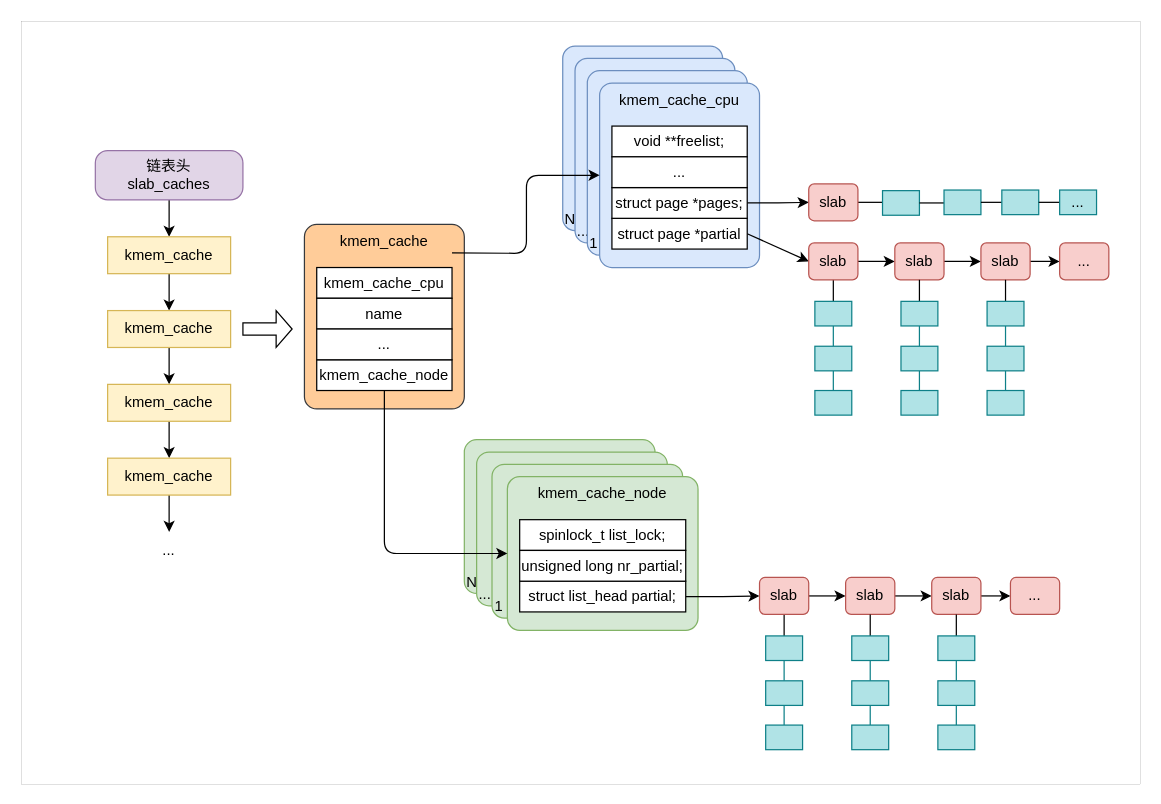
Earlier version of the draw.io diagram Linux_memory_manage.drawio (Aspiresky/draw.io). Source tidied: cells renumbered, new cells numbered last; positions are measured from the earlier drawing's top-left corner, leaving out a move shared by most shapes. Both pictures are drawn from the tidied source at 123%, with x=0, y=0 at pixel (21, 21).
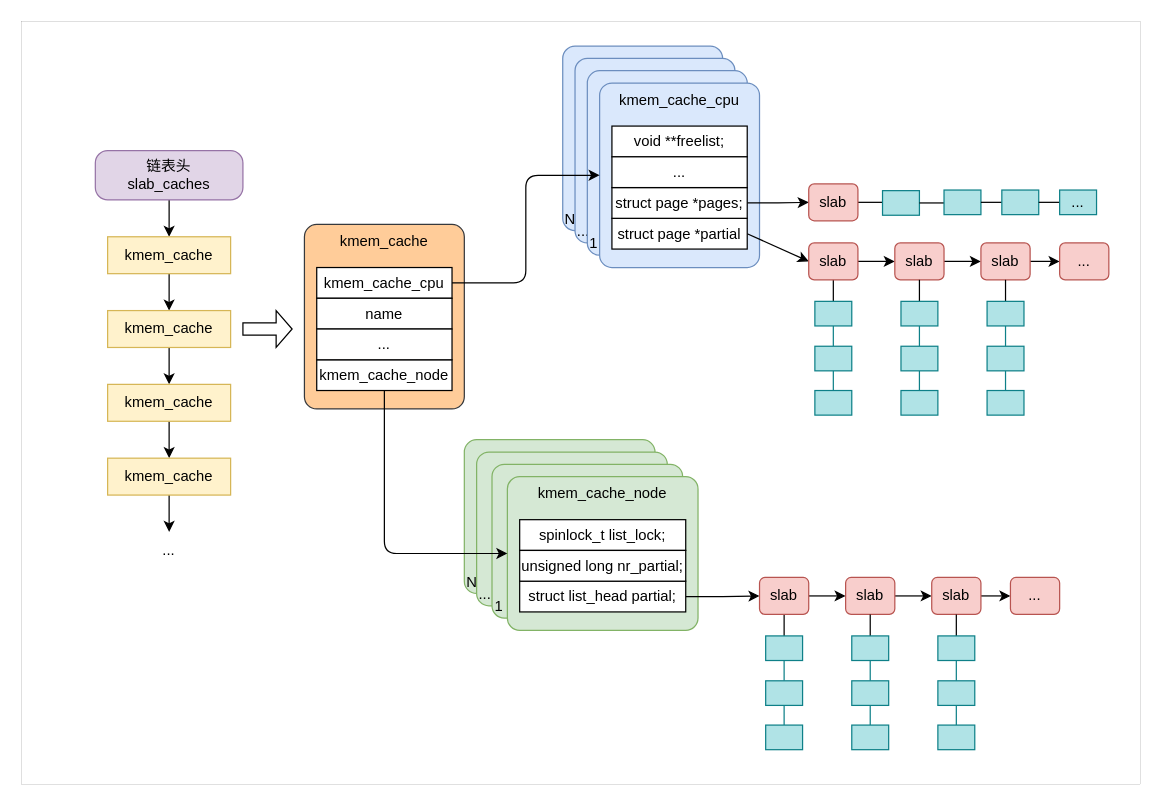
The same page after the edit.

The change refers to these unchanged cells:
```xml
<mxCell id="16" value="kmem_cache_cpu" style="rounded=0;whiteSpace=wrap;html=1;" parent="1" vertex="1">
  <mxGeometry x="240" y="200" width="110" height="25" as="geometry" />
</mxCell>
<mxCell id="23" value="kmem_cache_cpu" style="rounded=1;whiteSpace=wrap;html=1;verticalAlign=top;absoluteArcSize=1;fillColor=#dae8fc;strokeColor=#6c8ebf;" parent="1" vertex="1">
  <mxGeometry x="470" y="50" width="130" height="150" as="geometry" />
</mxCell>
```

The edit, as a diff of the source:
```diff
@@
-    <mxCell id="30" style="edgeStyle=orthogonalEdgeStyle;rounded=1;jettySize=auto;html=1;exitX=1;exitY=0.5;exitDx=0;exitDy=0;entryX=0;entryY=0.5;entryDx=0;entryDy=0;curved=0;" parent="1" edge="1" target="23">
-      <mxGeometry relative="1" as="geometry">
-        <mxPoint x="350" y="188" as="sourcePoint" />
-      </mxGeometry>
+    <mxCell id="30" style="edgeStyle=orthogonalEdgeStyle;rounded=1;jettySize=auto;html=1;exitX=1;exitY=0.5;exitDx=0;exitDy=0;entryX=0;entryY=0.5;entryDx=0;entryDy=0;curved=0;" parent="1" edge="1" source="16" target="23">
+      <mxGeometry relative="1" as="geometry" />
     </mxCell>
```
